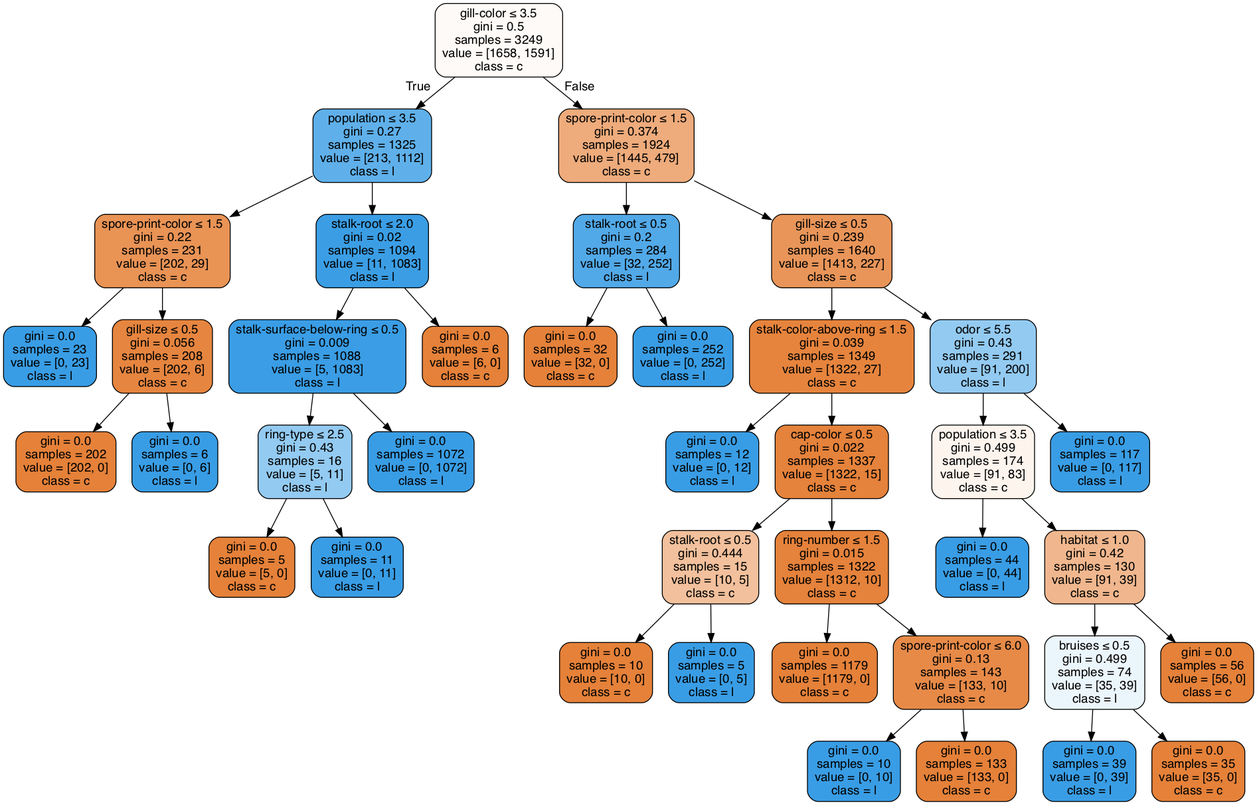
anhle199/Intro2AI-HCMUS keeps this Graphviz diagram as Lab02/clf-40-60.gv.png. Above is the earlier version. Its source is kept beside it as Lab02/clf-40-60.gv.
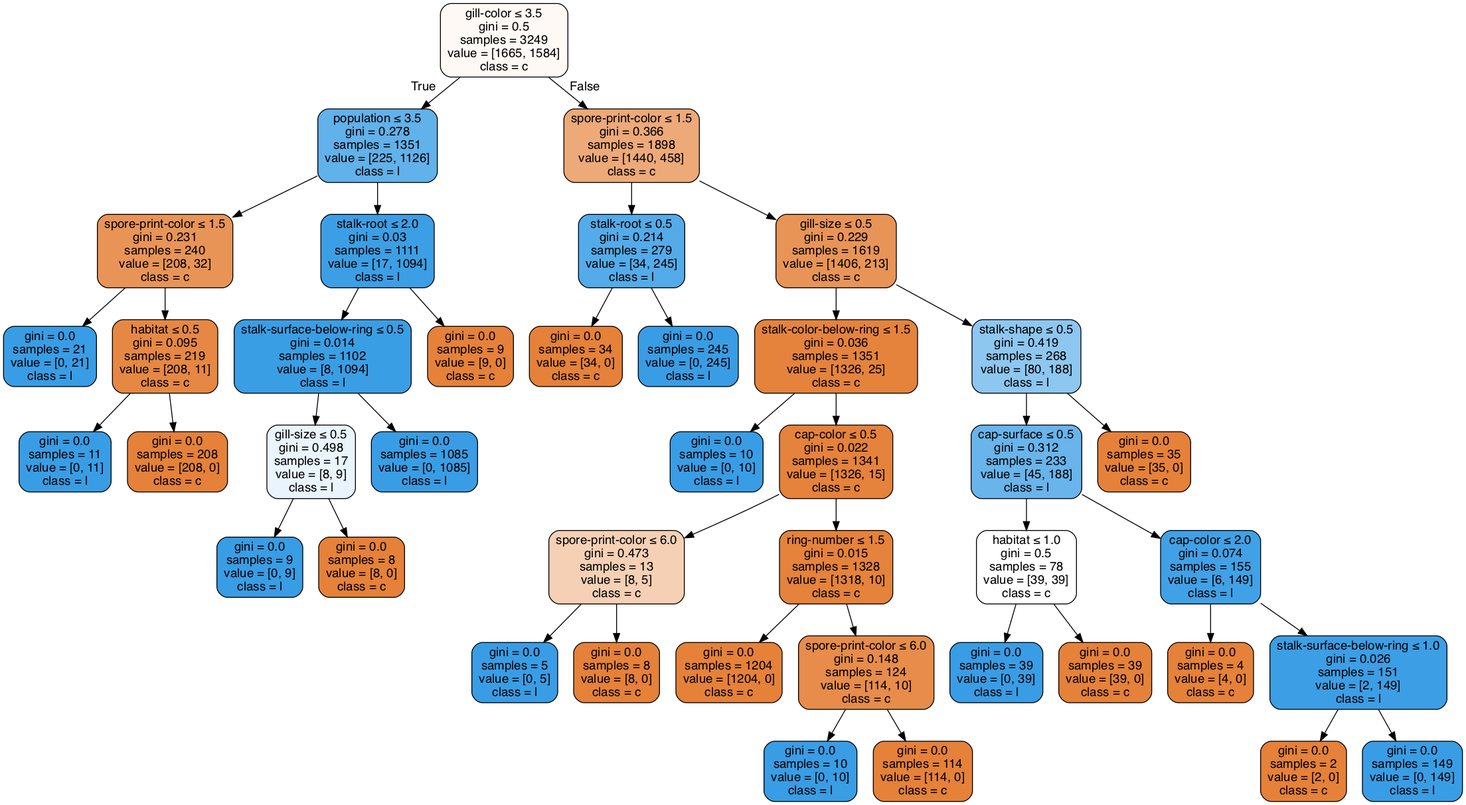
The same file after the commit.

Diff of the diagram source:
```diff
@@ -1,81 +1,85 @@
 digraph Tree {
 node [shape=box, style="filled, rounded", color="black", fontname=helvetica] ;
 edge [fontname=helvetica] ;
-0 [label=<gill-color &le; 3.5<br/>gini = 0.5<br/>samples = 3249<br/>value = [1658, 1591]<br/>class = c>, fillcolor="#fefaf7"] ;
-1 [label=<population &le; 3.5<br/>gini = 0.27<br/>samples = 1325<br/>value = [213, 1112]<br/>class = l>, fillcolor="#5fb0ea"] ;
+0 [label=<gill-color &le; 3.5<br/>gini = 0.5<br/>samples = 3249<br/>value = [1665, 1584]<br/>class = c>, fillcolor="#fef9f5"] ;
+1 [label=<population &le; 3.5<br/>gini = 0.278<br/>samples = 1351<br/>value = [225, 1126]<br/>class = l>, fillcolor="#61b1ea"] ;
 0 -> 1 [labeldistance=2.5, labelangle=45, headlabel="True"] ;
-2 [label=<spore-print-color &le; 1.5<br/>gini = 0.22<br/>samples = 231<br/>value = [202, 29]<br/>class = c>, fillcolor="#e99355"] ;
+2 [label=<spore-print-color &le; 1.5<br/>gini = 0.231<br/>samples = 240<br/>value = [208, 32]<br/>class = c>, fillcolor="#e99457"] ;
 1 -> 2 ;
-3 [label=<gini = 0.0<br/>samples = 23<br/>value = [0, 23]<br/>class = l>, fillcolor="#399de5"] ;
+3 [label=<gini = 0.0<br/>samples = 21<br/>value = [0, 21]<br/>class = l>, fillcolor="#399de5"] ;
 2 -> 3 ;
-4 [label=<gill-size &le; 0.5<br/>gini = 0.056<br/>samples = 208<br/>value = [202, 6]<br/>class = c>, fillcolor="#e6853f"] ;
+4 [label=<habitat &le; 0.5<br/>gini = 0.095<br/>samples = 219<br/>value = [208, 11]<br/>class = c>, fillcolor="#e68843"] ;
 2 -> 4 ;
-5 [label=<gini = 0.0<br/>samples = 202<br/>value = [202, 0]<br/>class = c>, fillcolor="#e58139"] ;
+5 [label=<gini = 0.0<br/>samples = 11<br/>value = [0, 11]<br/>class = l>, fillcolor="#399de5"] ;
 4 -> 5 ;
-6 [label=<gini = 0.0<br/>samples = 6<br/>value = [0, 6]<br/>class = l>, fillcolor="#399de5"] ;
+6 [label=<gini = 0.0<br/>samples = 208<br/>value = [208, 0]<br/>class = c>, fillcolor="#e58139"] ;
 4 -> 6 ;
-7 [label=<stalk-root &le; 2.0<br/>gini = 0.02<br/>samples = 1094<br/>value = [11, 1083]<br/>class = l>, fillcolor="#3b9ee5"] ;
+7 [label=<stalk-root &le; 2.0<br/>gini = 0.03<br/>samples = 1111<br/>value = [17, 1094]<br/>class = l>, fillcolor="#3c9fe5"] ;
 1 -> 7 ;
-8 [label=<stalk-surface-below-ring &le; 0.5<br/>gini = 0.009<br/>samples = 1088<br/>value = [5, 1083]<br/>class = l>, fillcolor="#3a9de5"] ;
+8 [label=<stalk-surface-below-ring &le; 0.5<br/>gini = 0.014<br/>samples = 1102<br/>value = [8, 1094]<br/>class = l>, fillcolor="#3a9ee5"] ;
 7 -> 8 ;
-9 [label=<ring-type &le; 2.5<br/>gini = 0.43<br/>samples = 16<br/>value = [5, 11]<br/>class = l>, fillcolor="#93caf1"] ;
+9 [label=<gill-size &le; 0.5<br/>gini = 0.498<br/>samples = 17<br/>value = [8, 9]<br/>class = l>, fillcolor="#e9f4fc"] ;
 8 -> 9 ;
-10 [label=<gini = 0.0<br/>samples = 5<br/>value = [5, 0]<br/>class = c>, fillcolor="#e58139"] ;
+10 [label=<gini = 0.0<br/>samples = 9<br/>value = [0, 9]<br/>class = l>, fillcolor="#399de5"] ;
 9 -> 10 ;
-11 [label=<gini = 0.0<br/>samples = 11<br/>value = [0, 11]<br/>class = l>, fillcolor="#399de5"] ;
+11 [label=<gini = 0.0<br/>samples = 8<br/>value = [8, 0]<br/>class = c>, fillcolor="#e58139"] ;
 9 -> 11 ;
-12 [label=<gini = 0.0<br/>samples = 1072<br/>value = [0, 1072]<br/>class = l>, fillcolor="#399de5"] ;
+12 [label=<gini = 0.0<br/>samples = 1085<br/>value = [0, 1085]<br/>class = l>, fillcolor="#399de5"] ;
 8 -> 12 ;
-13 [label=<gini = 0.0<br/>samples = 6<br/>value = [6, 0]<br/>class = c>, fillcolor="#e58139"] ;
+13 [label=<gini = 0.0<br/>samples = 9<br/>value = [9, 0]<br/>class = c>, fillcolor="#e58139"] ;
 7 -> 13 ;
-14 [label=<spore-print-color &le; 1.5<br/>gini = 0.374<br/>samples = 1924<br/>value = [1445, 479]<br/>class = c>, fillcolor="#eeab7b"] ;
+14 [label=<spore-print-color &le; 1.5<br/>gini = 0.366<br/>samples = 1898<br/>value = [1440, 458]<br/>class = c>, fillcolor="#eda978"] ;
 0 -> 14 [labeldistance=2.5, labelangle=-45, headlabel="False"] ;
-15 [label=<stalk-root &le; 0.5<br/>gini = 0.2<br/>samples = 284<br/>value = [32, 252]<br/>class = l>, fillcolor="#52a9e8"] ;
+15 [label=<stalk-root &le; 0.5<br/>gini = 0.214<br/>samples = 279<br/>value = [34, 245]<br/>class = l>, fillcolor="#54abe9"] ;
 14 -> 15 ;
-16 [label=<gini = 0.0<br/>samples = 32<br/>value = [32, 0]<br/>class = c>, fillcolor="#e58139"] ;
+16 [label=<gini = 0.0<br/>samples = 34<br/>value = [34, 0]<br/>class = c>, fillcolor="#e58139"] ;
 15 -> 16 ;
-17 [label=<gini = 0.0<br/>samples = 252<br/>value = [0, 252]<br/>class = l>, fillcolor="#399de5"] ;
+17 [label=<gini = 0.0<br/>samples = 245<br/>value = [0, 245]<br/>class = l>, fillcolor="#399de5"] ;
 15 -> 17 ;
-18 [label=<gill-size &le; 0.5<br/>gini = 0.239<br/>samples = 1640<br/>value = [1413, 227]<br/>class = c>, fillcolor="#e99559"] ;
+18 [label=<gill-size &le; 0.5<br/>gini = 0.229<br/>samples = 1619<br/>value = [1406, 213]<br/>class = c>, fillcolor="#e99457"] ;
 14 -> 18 ;
-19 [label=<stalk-color-above-ring &le; 1.5<br/>gini = 0.039<br/>samples = 1349<br/>value = [1322, 27]<br/>class = c>, fillcolor="#e6843d"] ;
+19 [label=<stalk-color-below-ring &le; 1.5<br/>gini = 0.036<br/>samples = 1351<br/>value = [1326, 25]<br/>class = c>, fillcolor="#e5833d"] ;
 18 -> 19 ;
-20 [label=<gini = 0.0<br/>samples = 12<br/>value = [0, 12]<br/>class = l>, fillcolor="#399de5"] ;
+20 [label=<gini = 0.0<br/>samples = 10<br/>value = [0, 10]<br/>class = l>, fillcolor="#399de5"] ;
 19 -> 20 ;
-21 [label=<cap-color &le; 0.5<br/>gini = 0.022<br/>samples = 1337<br/>value = [1322, 15]<br/>class = c>, fillcolor="#e5823b"] ;
+21 [label=<cap-color &le; 0.5<br/>gini = 0.022<br/>samples = 1341<br/>value = [1326, 15]<br/>class = c>, fillcolor="#e5823b"] ;
 19 -> 21 ;
-22 [label=<stalk-root &le; 0.5<br/>gini = 0.444<br/>samples = 15<br/>value = [10, 5]<br/>class = c>, fillcolor="#f2c09c"] ;
+22 [label=<spore-print-color &le; 6.0<br/>gini = 0.473<br/>samples = 13<br/>value = [8, 5]<br/>class = c>, fillcolor="#f5d0b5"] ;
 21 -> 22 ;
-23 [label=<gini = 0.0<br/>samples = 10<br/>value = [10, 0]<br/>class = c>, fillcolor="#e58139"] ;
+23 [label=<gini = 0.0<br/>samples = 5<br/>value = [0, 5]<br/>class = l>, fillcolor="#399de5"] ;
 22 -> 23 ;
-24 [label=<gini = 0.0<br/>samples = 5<br/>value = [0, 5]<br/>class = l>, fillcolor="#399de5"] ;
+24 [label=<gini = 0.0<br/>samples = 8<br/>value = [8, 0]<br/>class = c>, fillcolor="#e58139"] ;
 22 -> 24 ;
-25 [label=<ring-number &le; 1.5<br/>gini = 0.015<br/>samples = 1322<br/>value = [1312, 10]<br/>class = c>, fillcolor="#e5823b"] ;
+25 [label=<ring-number &le; 1.5<br/>gini = 0.015<br/>samples = 1328<br/>value = [1318, 10]<br/>class = c>, fillcolor="#e5823b"] ;
 21 -> 25 ;
-26 [label=<gini = 0.0<br/>samples = 1179<br/>value = [1179, 0]<br/>class = c>, fillcolor="#e58139"] ;
+26 [label=<gini = 0.0<br/>samples = 1204<br/>value = [1204, 0]<br/>class = c>, fillcolor="#e58139"] ;
 25 -> 26 ;
-27 [label=<spore-print-color &le; 6.0<br/>gini = 0.13<br/>samples = 143<br/>value = [133, 10]<br/>class = c>, fillcolor="#e78a48"] ;
+27 [label=<spore-print-color &le; 6.0<br/>gini = 0.148<br/>samples = 124<br/>value = [114, 10]<br/>class = c>, fillcolor="#e78c4a"] ;
 25 -> 27 ;
 28 [label=<gini = 0.0<br/>samples = 10<br/>value = [0, 10]<br/>class = l>, fillcolor="#399de5"] ;
 27 -> 28 ;
-29 [label=<gini = 0.0<br/>samples = 133<br/>value = [133, 0]<br/>class = c>, fillcolor="#e58139"] ;
+29 [label=<gini = 0.0<br/>samples = 114<br/>value = [114, 0]<br/>class = c>, fillcolor="#e58139"] ;
 27 -> 29 ;
-30 [label=<odor &le; 5.5<br/>gini = 0.43<br/>samples = 291<br/>value = [91, 200]<br/>class = l>, fillcolor="#93caf1"] ;
+30 [label=<stalk-shape &le; 0.5<br/>gini = 0.419<br/>samples = 268<br/>value = [80, 188]<br/>class = l>, fillcolor="#8dc7f0"] ;
 18 -> 30 ;
-31 [label=<population &le; 3.5<br/>gini = 0.499<br/>samples = 174<br/>value = [91, 83]<br/>class = c>, fillcolor="#fdf4ee"] ;
+31 [label=<cap-surface &le; 0.5<br/>gini = 0.312<br/>samples = 233<br/>value = [45, 188]<br/>class = l>, fillcolor="#68b4eb"] ;
 30 -> 31 ;
-32 [label=<gini = 0.0<br/>samples = 44<br/>value = [0, 44]<br/>class = l>, fillcolor="#399de5"] ;
+32 [label=<habitat &le; 1.0<br/>gini = 0.5<br/>samples = 78<br/>value = [39, 39]<br/>class = c>, fillcolor="#ffffff"] ;
 31 -> 32 ;
-33 [label=<habitat &le; 1.0<br/>gini = 0.42<br/>samples = 130<br/>value = [91, 39]<br/>class = c>, fillcolor="#f0b78e"] ;
-31 -> 33 ;
-34 [label=<bruises &le; 0.5<br/>gini = 0.499<br/>samples = 74<br/>value = [35, 39]<br/>class = l>, fillcolor="#ebf5fc"] ;
-33 -> 34 ;
-35 [label=<gini = 0.0<br/>samples = 39<br/>value = [0, 39]<br/>class = l>, fillcolor="#399de5"] ;
-34 -> 35 ;
-36 [label=<gini = 0.0<br/>samples = 35<br/>value = [35, 0]<br/>class = c>, fillcolor="#e58139"] ;
-34 -> 36 ;
-37 [label=<gini = 0.0<br/>samples = 56<br/>value = [56, 0]<br/>class = c>, fillcolor="#e58139"] ;
-33 -> 37 ;
-38 [label=<gini = 0.0<br/>samples = 117<br/>value = [0, 117]<br/>class = l>, fillcolor="#399de5"] ;
-30 -> 38 ;
+33 [label=<gini = 0.0<br/>samples = 39<br/>value = [0, 39]<br/>class = l>, fillcolor="#399de5"] ;
+32 -> 33 ;
+34 [label=<gini = 0.0<br/>samples = 39<br/>value = [39, 0]<br/>class = c>, fillcolor="#e58139"] ;
+32 -> 34 ;
+35 [label=<cap-color &le; 2.0<br/>gini = 0.074<br/>samples = 155<br/>value = [6, 149]<br/>class = l>, fillcolor="#41a1e6"] ;
+31 -> 35 ;
+36 [label=<gini = 0.0<br/>samples = 4<br/>value = [4, 0]<br/>class = c>, fillcolor="#e58139"] ;
+35 -> 36 ;
+37 [label=<stalk-surface-below-ring &le; 1.0<br/>gini = 0.026<br/>samples = 151<br/>value = [2, 149]<br/>class = l>, fillcolor="#3c9ee5"] ;
+35 -> 37 ;
+38 [label=<gini = 0.0<br/>samples = 2<br/>value = [2, 0]<br/>class = c>, fillcolor="#e58139"] ;
+37 -> 38 ;
+39 [label=<gini = 0.0<br/>samples = 149<br/>value = [0, 149]<br/>class = l>, fillcolor="#399de5"] ;
+37 -> 39 ;
+40 [label=<gini = 0.0<br/>samples = 35<br/>value = [35, 0]<br/>class = c>, fillcolor="#e58139"] ;
+30 -> 40 ;
 }
```
